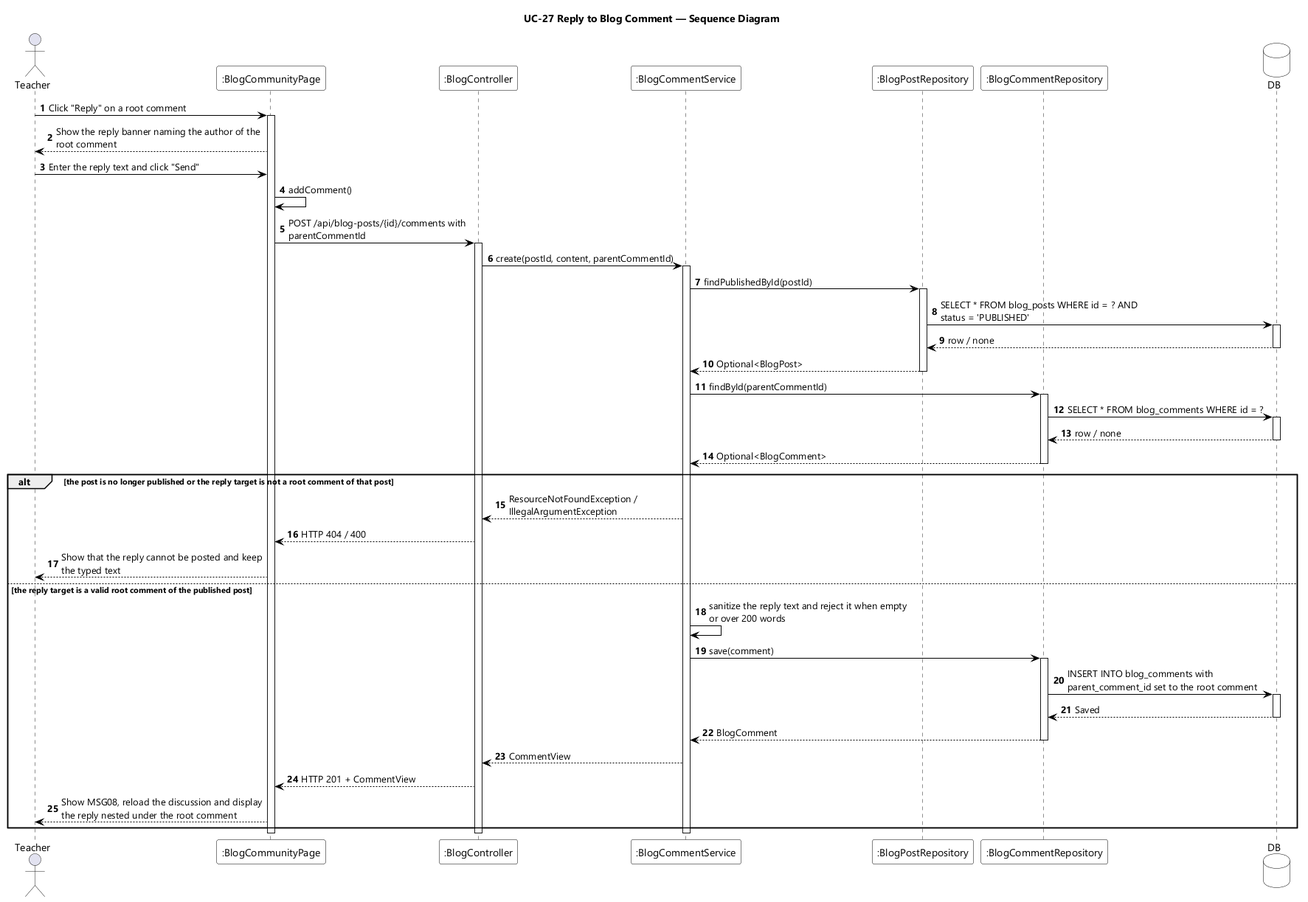
Above: designs/sds-diagrams/uc27/uc27-sequence-diagram.png in EduA-system/EduA-system (PlantUML), before the change.
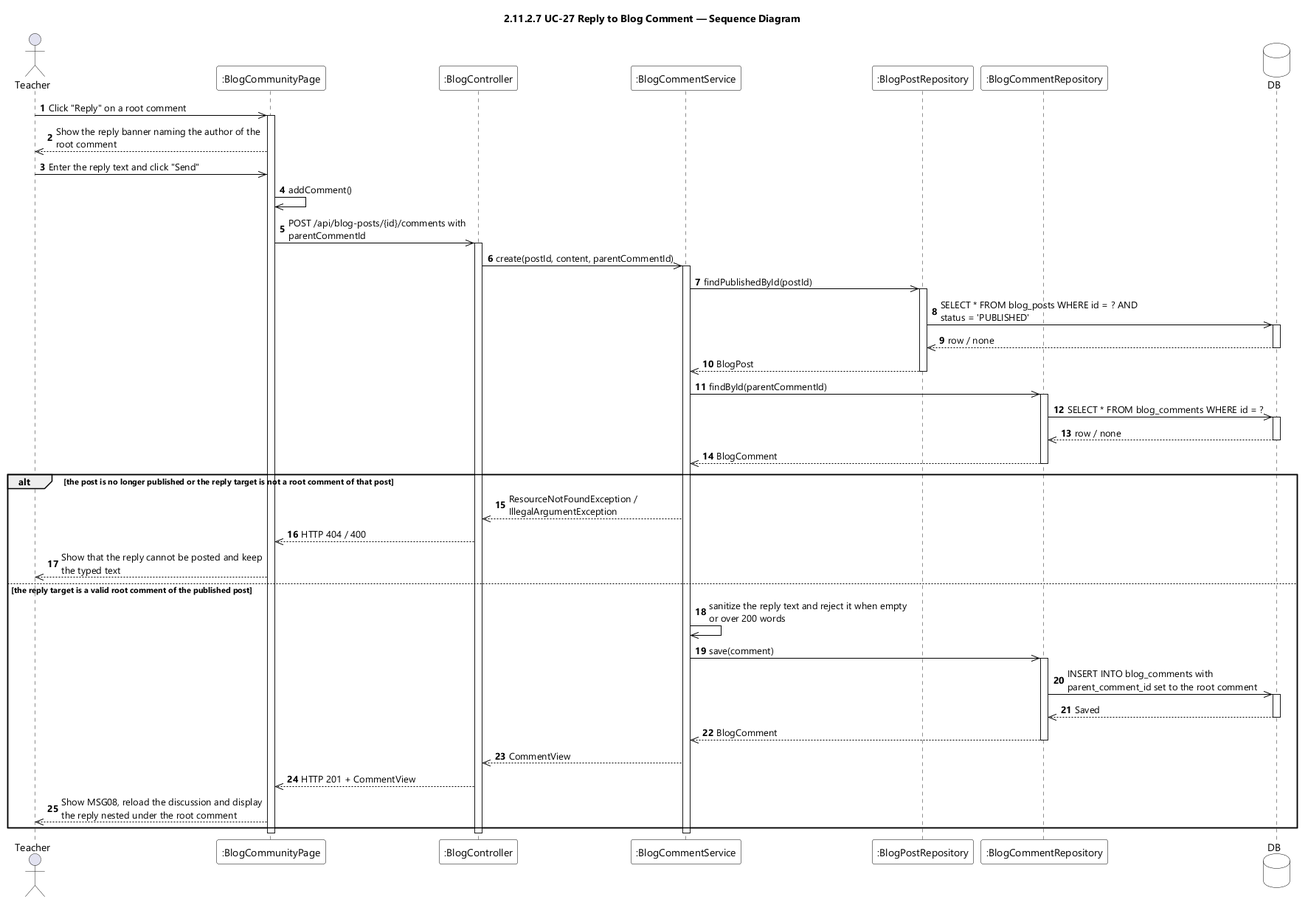
Later version of the same file.

Diff of the diagram source:
```diff
@@ -9,7 +9,7 @@
 skinparam ArrowColor #000000
 skinparam sequenceMessageAlign left
 skinparam maxMessageSize 280
-title UC-27 Reply to Blog Comment — Sequence Diagram
+title 2.11.2.7 UC-27 Reply to Blog Comment — Sequence Diagram
 
 actor Teacher
 participant ":BlogCommunityPage" as UI
@@ -20,52 +20,52 @@
 database DB
 
 autonumber
-Teacher -> UI : Click "Reply" on a root comment
+Teacher ->> UI : Click "Reply" on a root comment
 activate UI
-UI --> Teacher : Show the reply banner naming the author of the root comment
-Teacher -> UI : Enter the reply text and click "Send"
-UI -> UI : addComment()
-UI -> CTL : POST /api/blog-posts/{id}/comments with parentCommentId
+UI -->> Teacher : Show the reply banner naming the author of the root comment
+Teacher ->> UI : Enter the reply text and click "Send"
+UI ->> UI : addComment()
+UI ->> CTL : POST /api/blog-posts/{id}/comments with parentCommentId
 activate CTL
-CTL -> SVC : create(postId, content, parentCommentId)
+CTL ->> SVC : create(postId, content, parentCommentId)
 activate SVC
 
-SVC -> PREPO : findPublishedById(postId)
+SVC ->> PREPO : findPublishedById(postId)
 activate PREPO
-PREPO -> DB : SELECT * FROM blog_posts WHERE id = ? AND status = 'PUBLISHED'
+PREPO ->> DB : SELECT * FROM blog_posts WHERE id = ? AND status = 'PUBLISHED'
 activate DB
-DB --> PREPO : row / none
+DB -->> PREPO : row / none
 deactivate DB
-PREPO --> SVC : Optional<BlogPost>
+PREPO -->> SVC : BlogPost
 deactivate PREPO
 
-SVC -> CREPO : findById(parentCommentId)
+SVC ->> CREPO : findById(parentCommentId)
 activate CREPO
-CREPO -> DB : SELECT * FROM blog_comments WHERE id = ?
+CREPO ->> DB : SELECT * FROM blog_comments WHERE id = ?
 activate DB
-DB --> CREPO : row / none
+DB -->> CREPO : row / none
 deactivate DB
-CREPO --> SVC : Optional<BlogComment>
+CREPO -->> SVC : BlogComment
 deactivate CREPO
 
 alt the post is no longer published or the reply target is not a root comment of that post
-  SVC --> CTL : ResourceNotFoundException / IllegalArgumentException
-  CTL --> UI : HTTP 404 / 400
-  UI --> Teacher : Show that the reply cannot be posted and keep the typed text
+  SVC -->> CTL : ResourceNotFoundException / IllegalArgumentException
+  CTL -->> UI : HTTP 404 / 400
+  UI -->> Teacher : Show that the reply cannot be posted and keep the typed text
 
 else the reply target is a valid root comment of the published post
-  SVC -> SVC : sanitize the reply text and reject it when empty or over 200 words
-  SVC -> CREPO : save(comment)
+  SVC ->> SVC : sanitize the reply text and reject it when empty or over 200 words
+  SVC ->> CREPO : save(comment)
   activate CREPO
-  CREPO -> DB : INSERT INTO blog_comments with parent_comment_id set to the root comment
+  CREPO ->> DB : INSERT INTO blog_comments with parent_comment_id set to the root comment
   activate DB
-  DB --> CREPO : Saved
+  DB -->> CREPO : Saved
   deactivate DB
-  CREPO --> SVC : BlogComment
+  CREPO -->> SVC : BlogComment
   deactivate CREPO
-  SVC --> CTL : CommentView
-  CTL --> UI : HTTP 201 + CommentView
-  UI --> Teacher : Show MSG08, reload the discussion and display the reply nested under the root comment
+  SVC -->> CTL : CommentView
+  CTL -->> UI : HTTP 201 + CommentView
+  UI -->> Teacher : Show MSG08, reload the discussion and display the reply nested under the root comment
 end
 
 deactivate SVC
```
